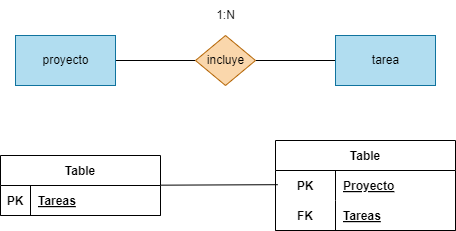
The draw.io diagram BAE/Tareas/Unidad2/Images/Ejercicio4.drawio.png in ResetMeNow/DAW, before a commit. Source tidied: cells renumbered, new cells last; positions are measured from the earlier drawing's top-left corner, leaving out a move shared by most shapes. The source it was exported from:
```xml
<mxGraphModel>
  <root>
    <mxCell id="0" />
    <mxCell id="1" parent="0" />
    <mxCell id="2" style="edgeStyle=none;html=1;entryX=0;entryY=0.5;entryDx=0;entryDy=0;endArrow=none;endFill=0;" parent="1" edge="1" source="3" target="6">
      <mxGeometry relative="1" as="geometry" />
    </mxCell>
    <mxCell id="3" value="proyecto" style="html=1;dashed=0;whitespace=wrap;fillColor=#b1ddf0;strokeColor=#10739e;" parent="1" vertex="1">
      <mxGeometry x="15" y="35" width="100" height="50" as="geometry" />
    </mxCell>
    <mxCell id="4" style="edgeStyle=none;html=1;endArrow=none;endFill=0;" parent="1" edge="1" source="5" target="6">
      <mxGeometry relative="1" as="geometry" />
    </mxCell>
    <mxCell id="5" value="tarea" style="html=1;dashed=0;whitespace=wrap;fillColor=#b1ddf0;strokeColor=#10739e;" parent="1" vertex="1">
      <mxGeometry x="335" y="35" width="100" height="50" as="geometry" />
    </mxCell>
    <mxCell id="6" value="incluye" style="shape=rhombus;html=1;dashed=0;whitespace=wrap;perimeter=rhombusPerimeter;fillColor=#fad7ac;strokeColor=#b46504;" parent="1" vertex="1">
      <mxGeometry x="195" y="35" width="60" height="50" as="geometry" />
    </mxCell>
    <mxCell id="7" value="1:N" style="text;html=1;align=center;verticalAlign=middle;strokeColor=none;fillColor=none;" parent="1" vertex="1">
      <mxGeometry x="205" width="40" height="30" as="geometry" />
    </mxCell>
    <mxCell id="8" style="edgeStyle=none;html=1;entryX=0.04;entryY=-0.027;entryDx=0;entryDy=0;entryPerimeter=0;endArrow=none;endFill=0;" parent="1" edge="1" source="9">
      <mxGeometry relative="1" as="geometry">
        <mxPoint x="277.2" y="184.2" as="targetPoint" />
      </mxGeometry>
    </mxCell>
    <mxCell id="9" value="Table" style="shape=table;startSize=30;rowLines=0;fontStyle=1;align=center;" parent="1" vertex="1">
      <mxGeometry y="155" width="160" height="60" as="geometry" />
    </mxCell>
    <mxCell id="10" style="shape=tableRow;horizontal=0;startSize=0;swimlaneHead=0;swimlaneBody=0;fillColor=none;top=0;left=0;right=0;bottom=1;" parent="9" vertex="1">
      <mxGeometry y="30" width="160" height="30" as="geometry" />
    </mxCell>
    <mxCell id="11" value="PK" style="shape=partialRectangle;fillColor=none;top=0;left=0;bottom=0;right=0;fontStyle=1;overflow=hidden;" parent="10" vertex="1">
      <mxGeometry width="30" height="30" as="geometry" />
    </mxCell>
    <mxCell id="12" value="Tareas" style="shape=partialRectangle;fillColor=none;top=0;left=0;bottom=0;right=0;align=left;spacingLeft=6;fontStyle=5;overflow=hidden;" parent="10" vertex="1">
      <mxGeometry x="30" width="130" height="30" as="geometry" />
    </mxCell>
    <mxCell id="13" value="Table" style="shape=table;startSize=30;rowLines=0;fontStyle=1;align=center;" parent="1" vertex="1">
      <mxGeometry x="275" y="140" width="180" height="90" as="geometry" />
    </mxCell>
    <mxCell id="14" style="shape=tableRow;horizontal=0;startSize=0;swimlaneHead=0;swimlaneBody=0;fillColor=none;top=0;left=0;right=0;bottom=0;" parent="13" vertex="1">
      <mxGeometry y="30" width="180" height="30" as="geometry" />
    </mxCell>
    <mxCell id="15" value="PK" style="shape=partialRectangle;fillColor=none;top=0;left=0;bottom=0;right=0;fontStyle=1;overflow=hidden;" parent="14" vertex="1">
      <mxGeometry width="60" height="30" as="geometry" />
    </mxCell>
    <mxCell id="16" value="Proyecto" style="shape=partialRectangle;fillColor=none;top=0;left=0;bottom=0;right=0;align=left;spacingLeft=6;fontStyle=5;overflow=hidden;" parent="14" vertex="1">
      <mxGeometry x="60" width="120" height="30" as="geometry" />
    </mxCell>
    <mxCell id="17" style="shape=tableRow;horizontal=0;startSize=0;swimlaneHead=0;swimlaneBody=0;fillColor=none;top=0;left=0;right=0;bottom=1;" parent="13" vertex="1">
      <mxGeometry y="60" width="180" height="30" as="geometry" />
    </mxCell>
    <mxCell id="18" value="FK" style="shape=partialRectangle;fillColor=none;top=0;left=0;bottom=0;right=0;fontStyle=1;overflow=hidden;" parent="17" vertex="1">
      <mxGeometry width="60" height="30" as="geometry" />
    </mxCell>
    <mxCell id="19" value="Tareas" style="shape=partialRectangle;fillColor=none;top=0;left=0;bottom=0;right=0;align=left;spacingLeft=6;fontStyle=5;overflow=hidden;" parent="17" vertex="1">
      <mxGeometry x="60" width="120" height="30" as="geometry" />
    </mxCell>
  </root>
</mxGraphModel>
```
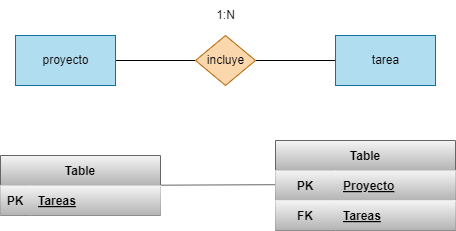
The same file after the commit.

What changed in the source:
```diff
@@ -20,42 +20,42 @@
     <mxCell id="7" value="1:N" style="text;html=1;align=center;verticalAlign=middle;strokeColor=none;fillColor=none;" parent="1" vertex="1">
       <mxGeometry x="205" width="40" height="30" as="geometry" />
     </mxCell>
-    <mxCell id="8" style="edgeStyle=none;html=1;entryX=0.04;entryY=-0.027;entryDx=0;entryDy=0;entryPerimeter=0;endArrow=none;endFill=0;" parent="1" edge="1" source="9">
+    <mxCell id="8" style="edgeStyle=none;html=1;entryX=0.04;entryY=-0.027;entryDx=0;entryDy=0;entryPerimeter=0;endArrow=none;endFill=0;fillColor=#f5f5f5;gradientColor=#b3b3b3;strokeColor=#666666;" parent="1" edge="1" source="9">
       <mxGeometry relative="1" as="geometry">
         <mxPoint x="277.2" y="184.2" as="targetPoint" />
       </mxGeometry>
     </mxCell>
-    <mxCell id="9" value="Table" style="shape=table;startSize=30;rowLines=0;fontStyle=1;align=center;" parent="1" vertex="1">
+    <mxCell id="9" value="Table" style="shape=table;startSize=30;rowLines=0;fontStyle=1;align=center;fillColor=#f5f5f5;gradientColor=#b3b3b3;strokeColor=#666666;" parent="1" vertex="1">
       <mxGeometry y="155" width="160" height="60" as="geometry" />
     </mxCell>
-    <mxCell id="10" style="shape=tableRow;horizontal=0;startSize=0;swimlaneHead=0;swimlaneBody=0;fillColor=none;top=0;left=0;right=0;bottom=1;" parent="9" vertex="1">
+    <mxCell id="10" style="shape=tableRow;horizontal=0;startSize=0;swimlaneHead=0;swimlaneBody=0;fillColor=#f5f5f5;top=0;left=0;right=0;bottom=1;gradientColor=#b3b3b3;strokeColor=#666666;" parent="9" vertex="1">
       <mxGeometry y="30" width="160" height="30" as="geometry" />
     </mxCell>
-    <mxCell id="11" value="PK" style="shape=partialRectangle;fillColor=none;top=0;left=0;bottom=0;right=0;fontStyle=1;overflow=hidden;" parent="10" vertex="1">
+    <mxCell id="11" value="PK" style="shape=partialRectangle;fillColor=#f5f5f5;top=0;left=0;bottom=0;right=0;fontStyle=1;overflow=hidden;gradientColor=#b3b3b3;strokeColor=#666666;" parent="10" vertex="1">
       <mxGeometry width="30" height="30" as="geometry" />
     </mxCell>
-    <mxCell id="12" value="Tareas" style="shape=partialRectangle;fillColor=none;top=0;left=0;bottom=0;right=0;align=left;spacingLeft=6;fontStyle=5;overflow=hidden;" parent="10" vertex="1">
+    <mxCell id="12" value="Tareas" style="shape=partialRectangle;fillColor=#f5f5f5;top=0;left=0;bottom=0;right=0;align=left;spacingLeft=6;fontStyle=5;overflow=hidden;gradientColor=#b3b3b3;strokeColor=#666666;" parent="10" vertex="1">
       <mxGeometry x="30" width="130" height="30" as="geometry" />
     </mxCell>
-    <mxCell id="13" value="Table" style="shape=table;startSize=30;rowLines=0;fontStyle=1;align=center;" parent="1" vertex="1">
+    <mxCell id="13" value="Table" style="shape=table;startSize=30;rowLines=0;fontStyle=1;align=center;fillColor=#f5f5f5;gradientColor=#b3b3b3;strokeColor=#666666;" parent="1" vertex="1">
       <mxGeometry x="275" y="140" width="180" height="90" as="geometry" />
     </mxCell>
-    <mxCell id="14" style="shape=tableRow;horizontal=0;startSize=0;swimlaneHead=0;swimlaneBody=0;fillColor=none;top=0;left=0;right=0;bottom=0;" parent="13" vertex="1">
+    <mxCell id="14" style="shape=tableRow;horizontal=0;startSize=0;swimlaneHead=0;swimlaneBody=0;fillColor=#f5f5f5;top=0;left=0;right=0;bottom=0;gradientColor=#b3b3b3;strokeColor=#666666;" parent="13" vertex="1">
       <mxGeometry y="30" width="180" height="30" as="geometry" />
     </mxCell>
-    <mxCell id="15" value="PK" style="shape=partialRectangle;fillColor=none;top=0;left=0;bottom=0;right=0;fontStyle=1;overflow=hidden;" parent="14" vertex="1">
+    <mxCell id="15" value="PK" style="shape=partialRectangle;fillColor=#f5f5f5;top=0;left=0;bottom=0;right=0;fontStyle=1;overflow=hidden;gradientColor=#b3b3b3;strokeColor=#666666;" parent="14" vertex="1">
       <mxGeometry width="60" height="30" as="geometry" />
     </mxCell>
-    <mxCell id="16" value="Proyecto" style="shape=partialRectangle;fillColor=none;top=0;left=0;bottom=0;right=0;align=left;spacingLeft=6;fontStyle=5;overflow=hidden;" parent="14" vertex="1">
+    <mxCell id="16" value="Proyecto" style="shape=partialRectangle;fillColor=#f5f5f5;top=0;left=0;bottom=0;right=0;align=left;spacingLeft=6;fontStyle=5;overflow=hidden;gradientColor=#b3b3b3;strokeColor=#666666;" parent="14" vertex="1">
       <mxGeometry x="60" width="120" height="30" as="geometry" />
     </mxCell>
-    <mxCell id="17" style="shape=tableRow;horizontal=0;startSize=0;swimlaneHead=0;swimlaneBody=0;fillColor=none;top=0;left=0;right=0;bottom=1;" parent="13" vertex="1">
+    <mxCell id="17" style="shape=tableRow;horizontal=0;startSize=0;swimlaneHead=0;swimlaneBody=0;fillColor=#f5f5f5;top=0;left=0;right=0;bottom=1;gradientColor=#b3b3b3;strokeColor=#666666;" parent="13" vertex="1">
       <mxGeometry y="60" width="180" height="30" as="geometry" />
     </mxCell>
-    <mxCell id="18" value="FK" style="shape=partialRectangle;fillColor=none;top=0;left=0;bottom=0;right=0;fontStyle=1;overflow=hidden;" parent="17" vertex="1">
+    <mxCell id="18" value="FK" style="shape=partialRectangle;fillColor=#f5f5f5;top=0;left=0;bottom=0;right=0;fontStyle=1;overflow=hidden;gradientColor=#b3b3b3;strokeColor=#666666;" parent="17" vertex="1">
       <mxGeometry width="60" height="30" as="geometry" />
     </mxCell>
-    <mxCell id="19" value="Tareas" style="shape=partialRectangle;fillColor=none;top=0;left=0;bottom=0;right=0;align=left;spacingLeft=6;fontStyle=5;overflow=hidden;" parent="17" vertex="1">
+    <mxCell id="19" value="Tareas" style="shape=partialRectangle;fillColor=#f5f5f5;top=0;left=0;bottom=0;right=0;align=left;spacingLeft=6;fontStyle=5;overflow=hidden;gradientColor=#b3b3b3;strokeColor=#666666;" parent="17" vertex="1">
       <mxGeometry x="60" width="120" height="30" as="geometry" />
     </mxCell>
   </root>
```
